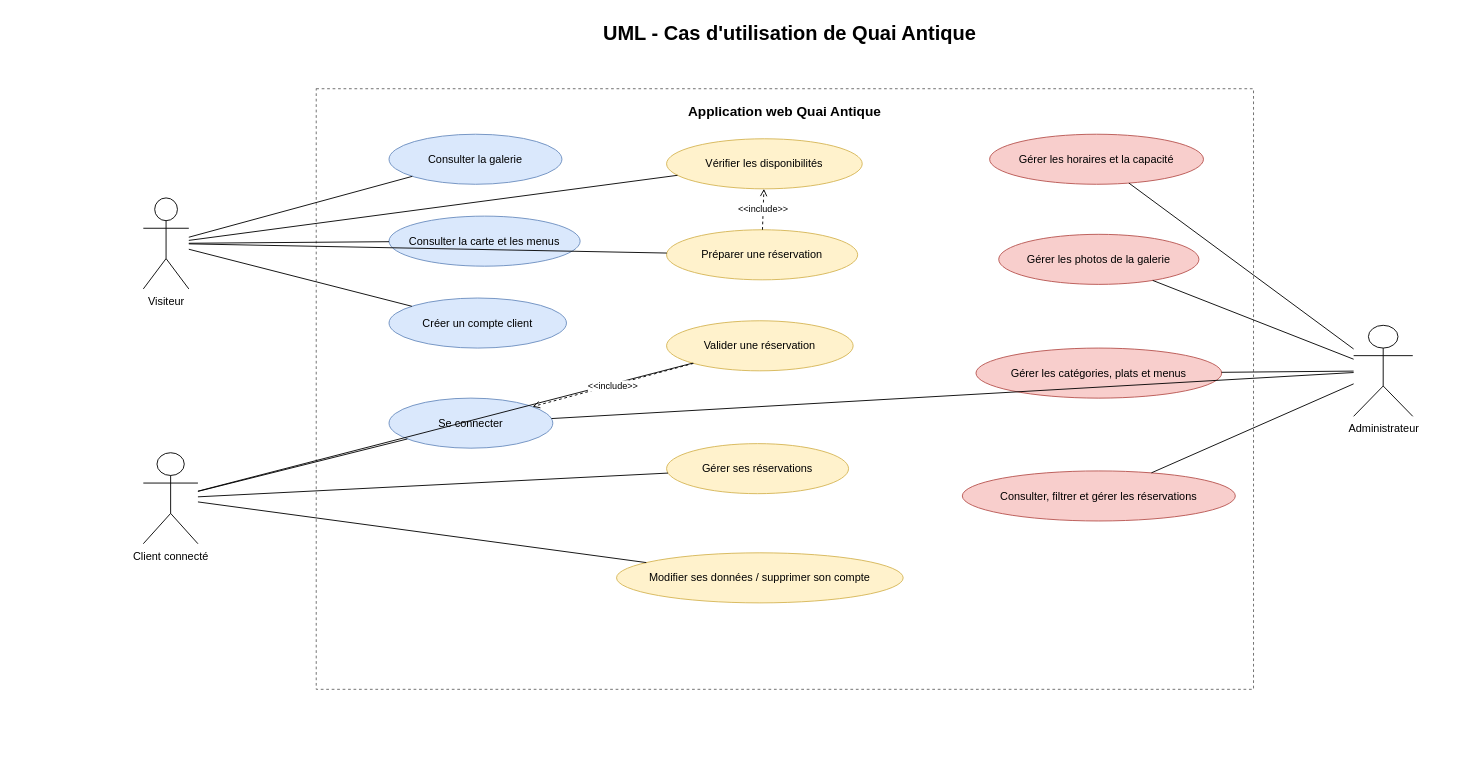
Above: page "03 - UML Cas d'utilisation" (1 of 5) of docs/database/modelisation-quai-antique.drawio in elscribe/quai-antique (draw.io), before the change. Source tidied: cells renumbered, new cells numbered last; positions are measured from the earlier drawing's top-left corner, leaving out a move shared by most shapes. Both pictures are drawn from the tidied source at 91%, with x=0, y=0 at pixel (143, 15).
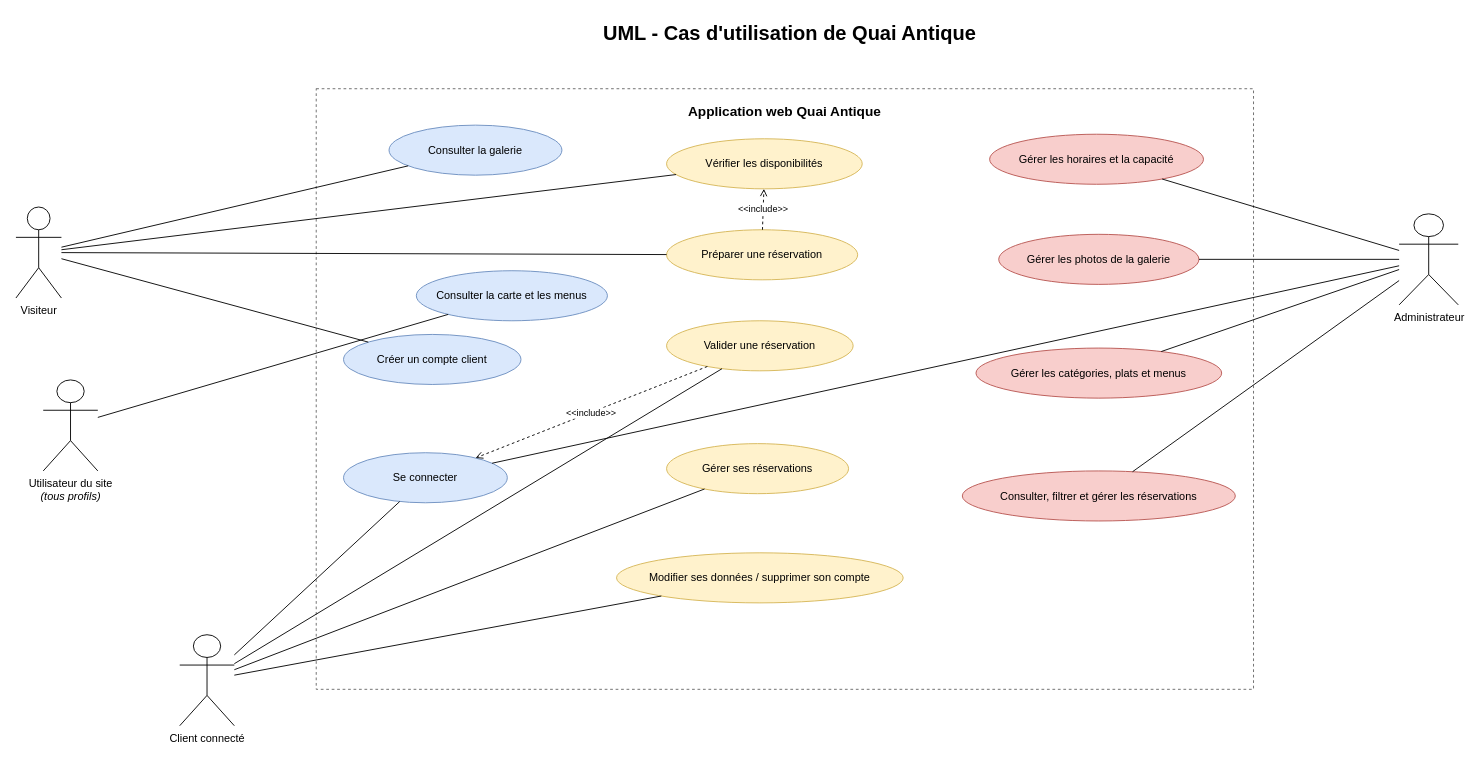
After the change.

What changed in the source:
```diff
@@
     <mxCell id="4" value="Visiteur" style="shape=umlActor;verticalLabelPosition=bottom;verticalAlign=top;html=1;" parent="1" vertex="1">
-      <mxGeometry y="200" width="50" height="100" as="geometry" />
+      <mxGeometry x="-140" y="210" width="50" height="100" as="geometry" />
     </mxCell>
     <mxCell id="5" value="Client connecté" style="shape=umlActor;verticalLabelPosition=bottom;verticalAlign=top;html=1;" parent="1" vertex="1">
-      <mxGeometry y="480" width="60" height="100" as="geometry" />
+      <mxGeometry x="40" y="680" width="60" height="100" as="geometry" />
     </mxCell>
     <mxCell id="6" value="Administrateur" style="shape=umlActor;verticalLabelPosition=bottom;verticalAlign=top;html=1;" parent="1" vertex="1">
-      <mxGeometry x="1330" y="340" width="65" height="100" as="geometry" />
+      <mxGeometry x="1380" y="217.5" width="65" height="100" as="geometry" />
     </mxCell>
     <mxCell id="7" value="Consulter la galerie" style="ellipse;whiteSpace=wrap;html=1;fillColor=#dae8fc;strokeColor=#6c8ebf;" parent="1" vertex="1">
-      <mxGeometry x="270" y="130" width="190" height="55" as="geometry" />
+      <mxGeometry x="270" y="120" width="190" height="55" as="geometry" />
     </mxCell>
     <mxCell id="8" value="Consulter la carte et les menus" style="ellipse;whiteSpace=wrap;html=1;fillColor=#dae8fc;strokeColor=#6c8ebf;" parent="1" vertex="1">
-      <mxGeometry x="270" y="220" width="210" height="55" as="geometry" />
+      <mxGeometry x="300" y="280" width="210" height="55" as="geometry" />
     </mxCell>
     <mxCell id="9" value="Créer un compte client" style="ellipse;whiteSpace=wrap;html=1;fillColor=#dae8fc;strokeColor=#6c8ebf;" parent="1" vertex="1">
-      <mxGeometry x="270" y="310" width="195" height="55" as="geometry" />
+      <mxGeometry x="220" y="350" width="195" height="55" as="geometry" />
     </mxCell>
     <mxCell id="10" value="Se connecter" style="ellipse;whiteSpace=wrap;html=1;fillColor=#dae8fc;strokeColor=#6c8ebf;" parent="1" vertex="1">
-      <mxGeometry x="270" y="420" width="180" height="55" as="geometry" />
+      <mxGeometry x="220" y="480" width="180" height="55" as="geometry" />
     </mxCell>
@@
-    <mxCell id="21" style="endArrow=none;html=1;rounded=0;" parent="1" edge="1" source="4" target="8">
-      <mxGeometry relative="1" as="geometry" />
-    </mxCell>
@@
+    <mxCell id="36" value="Utilisateur du site&lt;br/&gt;&lt;i&gt;(tous profils)&lt;/i&gt;" style="shape=umlActor;verticalLabelPosition=bottom;verticalAlign=top;html=1;" parent="1" vertex="1">
+      <mxGeometry x="-110" y="400" width="60" height="100" as="geometry" />
+    </mxCell>
+    <mxCell id="37" style="endArrow=none;html=1;rounded=0;" parent="1" edge="1" source="36" target="8">
+      <mxGeometry relative="1" as="geometry" />
+    </mxCell>
```
